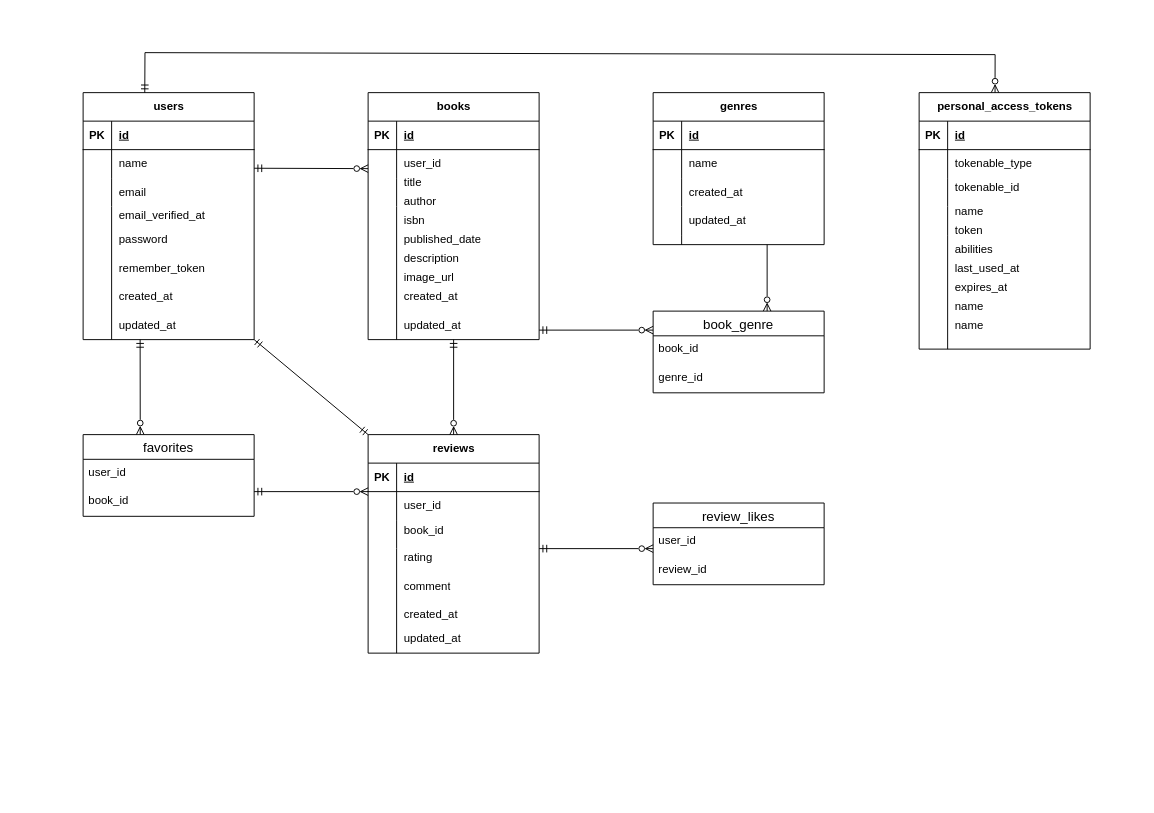
Before: ER.drawio in simanuki0923/bookshelf-app, a draw.io diagram. Source tidied: cells renumbered, new cells numbered last; positions are measured from the earlier drawing's top-left corner, leaving out a move shared by most shapes. Both pictures are drawn from the tidied source at 95%, with x=0, y=0 at pixel (83, 52).
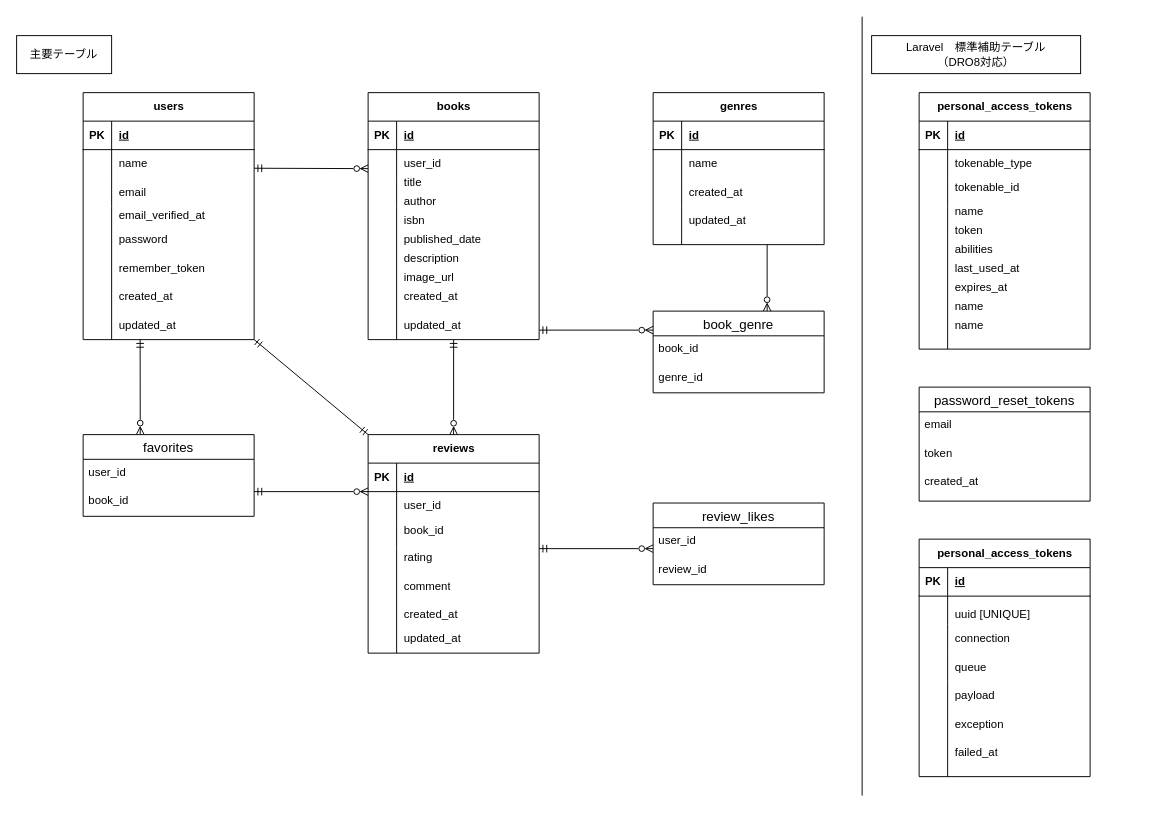
After the change.

Commit message (it also covers changes not shown here):
docs: READMEとER図を最終実装内容に更新

The change refers to these unchanged cells:
```xml
<mxCell id="83" value="personal_access_tokens" style="shape=table;startSize=30;childLayout=tableLayout;rowLines=0;fontStyle=1;align=center;html=1;" parent="1" vertex="1">
  <mxGeometry x="880" y="42" width="180" height="270" as="geometry" />
</mxCell>
```

Change to the diagram source:
```diff
@@
-    <mxCell id="106" style="endArrow=ERzeroToMany;html=1;rounded=0;exitX=0.555;exitY=0.008;exitDx=0;exitDy=0;exitPerimeter=0;entryX=0.444;entryY=0;entryDx=0;entryDy=0;entryPerimeter=0;strokeColor=default;startArrow=ERmandOne;startFill=0;endFill=0;" parent="1" edge="1" target="83">
-      <mxGeometry relative="1" as="geometry">
-        <mxPoint x="64.9" y="42" as="sourcePoint" />
-        <Array as="points">
-          <mxPoint x="65.1" y="-0.1" />
-          <mxPoint x="960" y="2" />
-        </Array>
-      </mxGeometry>
-    </mxCell>
@@
+    <mxCell id="115" value="主要テーブル" style="whiteSpace=wrap;html=1;align=center;" parent="1" vertex="1">
+      <mxGeometry x="-70" y="-18" width="100" height="40" as="geometry" />
+    </mxCell>
+    <mxCell id="116" style="endArrow=none;html=1;rounded=0;" parent="1" edge="1">
+      <mxGeometry relative="1" as="geometry">
+        <mxPoint x="820" y="-38" as="sourcePoint" />
+        <mxPoint x="820" y="782" as="targetPoint" />
+      </mxGeometry>
+    </mxCell>
+    <mxCell id="117" value="Laravel　標準補助テーブル&lt;div&gt;（DRO8対応）&lt;/div&gt;" style="whiteSpace=wrap;html=1;align=center;" parent="1" vertex="1">
+      <mxGeometry x="830" y="-18" width="220" height="40" as="geometry" />
+    </mxCell>
+    <mxCell id="118" value="password_reset_tokens" style="swimlane;fontStyle=0;horizontal=1;startSize=26;align=center;fontSize=14;" parent="1" vertex="1">
+      <mxGeometry x="880" y="352" width="180" height="120" as="geometry" />
+    </mxCell>
+    <mxCell id="119" value="email" style="text;strokeColor=none;fillColor=none;spacingLeft=4;spacingRight=4;overflow=hidden;fontSize=12;whiteSpace=wrap;html=1;" parent="118" vertex="1">
+      <mxGeometry y="26" width="180" height="30" as="geometry" />
+    </mxCell>
+    <mxCell id="120" value="token" style="text;strokeColor=none;fillColor=none;spacingLeft=4;spacingRight=4;overflow=hidden;fontSize=12;whiteSpace=wrap;html=1;" parent="118" vertex="1">
+      <mxGeometry y="56" width="180" height="30" as="geometry" />
+    </mxCell>
+    <mxCell id="121" value="created_at" style="text;strokeColor=none;fillColor=none;spacingLeft=4;spacingRight=4;overflow=hidden;fontSize=12;whiteSpace=wrap;html=1;" parent="118" vertex="1">
+      <mxGeometry y="86" width="180" height="34" as="geometry" />
+    </mxCell>
+    <mxCell id="122" value="personal_access_tokens" style="shape=table;startSize=30;childLayout=tableLayout;rowLines=0;fontStyle=1;align=center;html=1;" parent="1" vertex="1">
+      <mxGeometry x="880" y="512" width="180" height="250" as="geometry" />
+    </mxCell>
+    <mxCell id="123" style="shape=tableRow;horizontal=0;startSize=0;swimlaneHead=0;swimlaneBody=0;fillColor=none;top=0;left=0;right=0;bottom=1;" parent="122" vertex="1">
+      <mxGeometry y="30" width="180" height="30" as="geometry" />
+    </mxCell>
+    <mxCell id="124" value="PK" style="shape=partialRectangle;fillColor=none;top=0;left=0;bottom=0;right=0;fontStyle=1;overflow=hidden;whiteSpace=wrap;html=1;" parent="123" vertex="1">
+      <mxGeometry width="30" height="30" as="geometry" />
+    </mxCell>
+    <mxCell id="125" value="id" style="shape=partialRectangle;fillColor=none;top=0;left=0;bottom=0;right=0;align=left;spacingLeft=6;fontStyle=5;overflow=hidden;whiteSpace=wrap;html=1;" parent="123" vertex="1">
+      <mxGeometry x="30" width="150" height="30" as="geometry" />
+    </mxCell>
+    <mxCell id="126" style="shape=tableRow;horizontal=0;startSize=0;swimlaneHead=0;swimlaneBody=0;fillColor=none;top=0;left=0;right=0;bottom=0;" parent="122" vertex="1">
+      <mxGeometry y="60" width="180" height="30" as="geometry" />
+    </mxCell>
+    <mxCell id="127" style="shape=partialRectangle;fillColor=none;top=0;left=0;bottom=0;right=0;overflow=hidden;whiteSpace=wrap;html=1;" parent="126" vertex="1">
+      <mxGeometry width="30" height="30" as="geometry" />
+    </mxCell>
+    <mxCell id="128" style="shape=partialRectangle;fillColor=none;top=0;left=0;bottom=0;right=0;align=left;spacingLeft=6;overflow=hidden;whiteSpace=wrap;html=1;" parent="126" vertex="1">
+      <mxGeometry x="30" width="150" height="30" as="geometry" />
+    </mxCell>
+    <mxCell id="129" style="shape=tableRow;horizontal=0;startSize=0;swimlaneHead=0;swimlaneBody=0;fillColor=none;top=0;left=0;right=0;bottom=0;" parent="122" vertex="1">
+      <mxGeometry y="90" width="180" height="30" as="geometry" />
+    </mxCell>
+    <mxCell id="130" style="shape=partialRectangle;fillColor=none;top=0;left=0;bottom=0;right=0;overflow=hidden;whiteSpace=wrap;html=1;" parent="129" vertex="1">
+      <mxGeometry width="30" height="30" as="geometry" />
+    </mxCell>
+    <mxCell id="131" style="shape=partialRectangle;fillColor=none;top=0;left=0;bottom=0;right=0;align=left;spacingLeft=6;overflow=hidden;whiteSpace=wrap;html=1;" parent="129" vertex="1">
+      <mxGeometry x="30" width="150" height="30" as="geometry" />
+    </mxCell>
+    <mxCell id="132" style="shape=tableRow;horizontal=0;startSize=0;swimlaneHead=0;swimlaneBody=0;fillColor=none;top=0;left=0;right=0;bottom=0;" parent="122" vertex="1">
+      <mxGeometry y="120" width="180" height="30" as="geometry" />
+    </mxCell>
+    <mxCell id="133" style="shape=partialRectangle;fillColor=none;top=0;left=0;bottom=0;right=0;overflow=hidden;whiteSpace=wrap;html=1;" parent="132" vertex="1">
+      <mxGeometry width="30" height="30" as="geometry" />
+    </mxCell>
+    <mxCell id="134" style="shape=partialRectangle;fillColor=none;top=0;left=0;bottom=0;right=0;align=left;spacingLeft=6;overflow=hidden;whiteSpace=wrap;html=1;" parent="132" vertex="1">
+      <mxGeometry x="30" width="150" height="30" as="geometry" />
+    </mxCell>
+    <mxCell id="135" value="uuid [UNIQUE]" style="shape=partialRectangle;fillColor=none;top=0;left=0;bottom=0;right=0;align=left;spacingLeft=6;overflow=hidden;whiteSpace=wrap;html=1;" parent="1" vertex="1">
+      <mxGeometry x="910" y="577" width="200" height="30" as="geometry" />
+    </mxCell>
+    <mxCell id="136" style="endArrow=none;html=1;rounded=0;" parent="1" edge="1">
+      <mxGeometry relative="1" as="geometry">
+        <mxPoint x="910" y="662" as="sourcePoint" />
+        <mxPoint x="910" y="762" as="targetPoint" />
+      </mxGeometry>
+    </mxCell>
+    <mxCell id="137" value="connection" style="shape=partialRectangle;fillColor=none;top=0;left=0;bottom=0;right=0;align=left;spacingLeft=6;overflow=hidden;whiteSpace=wrap;html=1;" parent="1" vertex="1">
+      <mxGeometry x="910" y="602" width="200" height="30" as="geometry" />
+    </mxCell>
+    <mxCell id="138" value="queue" style="shape=partialRectangle;fillColor=none;top=0;left=0;bottom=0;right=0;align=left;spacingLeft=6;overflow=hidden;whiteSpace=wrap;html=1;" parent="1" vertex="1">
+      <mxGeometry x="910" y="632" width="200" height="30" as="geometry" />
+    </mxCell>
+    <mxCell id="139" value="payload" style="shape=partialRectangle;fillColor=none;top=0;left=0;bottom=0;right=0;align=left;spacingLeft=6;overflow=hidden;whiteSpace=wrap;html=1;" parent="1" vertex="1">
+      <mxGeometry x="910" y="662" width="200" height="30" as="geometry" />
+    </mxCell>
+    <mxCell id="140" value="exception" style="shape=partialRectangle;fillColor=none;top=0;left=0;bottom=0;right=0;align=left;spacingLeft=6;overflow=hidden;whiteSpace=wrap;html=1;" parent="1" vertex="1">
+      <mxGeometry x="910" y="692" width="200" height="30" as="geometry" />
+    </mxCell>
+    <mxCell id="141" value="failed_at" style="shape=partialRectangle;fillColor=none;top=0;left=0;bottom=0;right=0;align=left;spacingLeft=6;overflow=hidden;whiteSpace=wrap;html=1;" parent="1" vertex="1">
+      <mxGeometry x="910" y="722" width="200" height="30" as="geometry" />
+    </mxCell>
```
